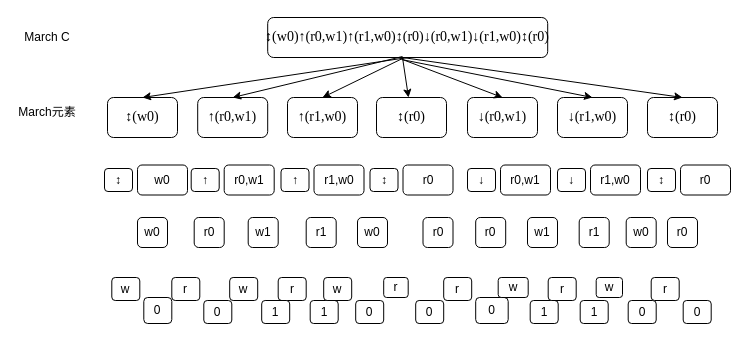
Before: doc/March C表达式.drawio in shanshan-lu/homwork, a draw.io diagram. Source tidied: cells renumbered, new cells numbered last; positions are measured from the earlier drawing's top-left corner, leaving out a move shared by most shapes. Both pictures are drawn from the tidied source at 100%, with x=0, y=0 at pixel (17, 17).
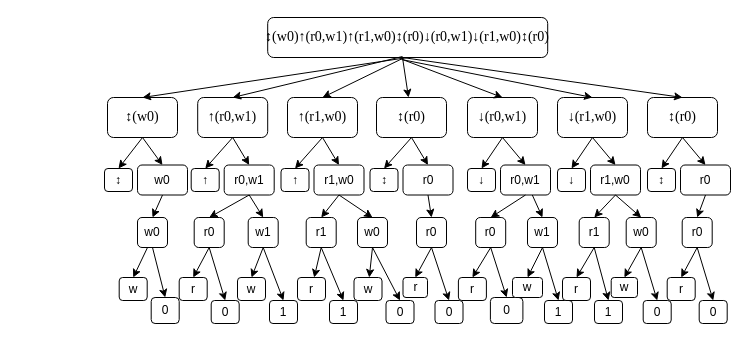
The same page after the edit.

Commit message (it also covers changes not shown here):
更新March C表达式.drawio

The change refers to these unchanged cells:
```xml
<mxCell id="3" value="&lt;p class=&quot;MsoNormal&quot;&gt;&lt;span style=&quot;mso-spacerun:'yes';font-family:'Times New Roman';font-size:10.5000pt;&lt;br/&gt;mso-font-kerning:1.0000pt;&quot;&gt;↕(w0)&lt;/span&gt;&lt;/p&gt;" style="rounded=1;whiteSpace=wrap;html=1;" parent="1" vertex="1">
<mxCell id="4" value="&lt;p class=&quot;MsoNormal&quot;&gt;&lt;span style=&quot;mso-spacerun:'yes';font-family:'Times New Roman';font-size:10.5000pt;&#10;mso-font-kerning:1.0000pt;&quot;&gt;&lt;font face=&quot;Times New Roman&quot;&gt;↑(r0,w1)&lt;/font&gt;&lt;/span&gt;&lt;/p&gt;" style="rounded=1;whiteSpace=wrap;html=1;" parent="1" vertex="1">
<mxCell id="5" value="&lt;p class=&quot;MsoNormal&quot;&gt;&lt;span style=&quot;mso-spacerun:'yes';font-family:'Times New Roman';font-size:10.5000pt;&lt;br/&gt;mso-font-kerning:1.0000pt;&quot;&gt;↑(r1,w0)&lt;/span&gt;&lt;/p&gt;" style="rounded=1;whiteSpace=wrap;html=1;" parent="1" vertex="1">
<mxCell id="6" value="&lt;p class=&quot;MsoNormal&quot;&gt;&lt;span style=&quot;mso-spacerun:'yes';font-family:'Times New Roman';font-size:10.5000pt;&lt;br/&gt;mso-font-kerning:1.0000pt;&quot;&gt;↕(r0)&lt;/span&gt;&lt;/p&gt;" style="rounded=1;whiteSpace=wrap;html=1;" parent="1" vertex="1">
<mxCell id="7" value="&lt;p class=&quot;MsoNormal&quot;&gt;&lt;span style=&quot;mso-spacerun:'yes';font-family:'Times New Roman';font-size:10.5000pt;&lt;br/&gt;mso-font-kerning:1.0000pt;&quot;&gt;↓(r0,w1)&lt;/span&gt;&lt;/p&gt;" style="rounded=1;whiteSpace=wrap;html=1;" parent="1" vertex="1">
<mxCell id="8" value="&lt;p class=&quot;MsoNormal&quot;&gt;&lt;span style=&quot;mso-spacerun:'yes';font-family:'Times New Roman';font-size:10.5000pt;&lt;br/&gt;mso-font-kerning:1.0000pt;&quot;&gt;↓(r1,w0)&lt;/span&gt;&lt;/p&gt;" style="rounded=1;whiteSpace=wrap;html=1;" parent="1" vertex="1">
<mxCell id="9" value="&lt;p class=&quot;MsoNormal&quot;&gt;&lt;span style=&quot;mso-spacerun:'yes';font-family:'Times New Roman';font-size:10.5000pt;&lt;br/&gt;mso-font-kerning:1.0000pt;&quot;&gt;↕(r0)&lt;/span&gt;&lt;/p&gt;" style="rounded=1;whiteSpace=wrap;html=1;" parent="1" vertex="1">
<mxCell id="19" value="↕" style="rounded=1;whiteSpace=wrap;html=1;" parent="1" vertex="1">
<mxCell id="20" value="w0" style="rounded=1;whiteSpace=wrap;html=1;" parent="1" vertex="1">
<mxCell id="21" value="↑" style="rounded=1;whiteSpace=wrap;html=1;" parent="1" vertex="1">
<mxCell id="22" value="r0,w1" style="rounded=1;whiteSpace=wrap;html=1;" parent="1" vertex="1">
<mxCell id="23" value="↑" style="rounded=1;whiteSpace=wrap;html=1;" parent="1" vertex="1">
<mxCell id="24" value="r1,w0" style="rounded=1;whiteSpace=wrap;html=1;" parent="1" vertex="1">
<mxCell id="25" value="↕" style="rounded=1;whiteSpace=wrap;html=1;" parent="1" vertex="1">
<mxCell id="26" value="r0" style="rounded=1;whiteSpace=wrap;html=1;" parent="1" vertex="1">
<mxCell id="27" value="↓" style="rounded=1;whiteSpace=wrap;html=1;" parent="1" vertex="1">
<mxCell id="28" value="r0,w1" style="rounded=1;whiteSpace=wrap;html=1;" parent="1" vertex="1">
<mxCell id="29" value="↓" style="rounded=1;whiteSpace=wrap;html=1;" parent="1" vertex="1">
<mxCell id="30" value="r1,w0" style="rounded=1;whiteSpace=wrap;html=1;" parent="1" vertex="1">
<mxCell id="31" value="↕" style="rounded=1;whiteSpace=wrap;html=1;" parent="1" vertex="1">
<mxCell id="32" value="r0" style="rounded=1;whiteSpace=wrap;html=1;" parent="1" vertex="1">
<mxCell id="55" value="w0" style="rounded=1;whiteSpace=wrap;html=1;" parent="1" vertex="1">
<mxCell id="56" value="r0" style="rounded=1;whiteSpace=wrap;html=1;" parent="1" vertex="1">
<mxCell id="57" value="w1" style="rounded=1;whiteSpace=wrap;html=1;" parent="1" vertex="1">
<mxCell id="58" value="r1" style="rounded=1;whiteSpace=wrap;html=1;" parent="1" vertex="1">
<mxCell id="59" value="w0" style="rounded=1;whiteSpace=wrap;html=1;" parent="1" vertex="1">
<mxCell id="61" value="r0" style="rounded=1;whiteSpace=wrap;html=1;" parent="1" vertex="1">
<mxCell id="62" value="w1" style="rounded=1;whiteSpace=wrap;html=1;" parent="1" vertex="1">
<mxCell id="63" value="r1" style="rounded=1;whiteSpace=wrap;html=1;" parent="1" vertex="1">
<mxCell id="64" value="w0" style="rounded=1;whiteSpace=wrap;html=1;" parent="1" vertex="1">
```

What changed in the source:
```diff
@@
-    <mxCell id="10" value="March C" style="text;html=1;strokeColor=none;fillColor=none;align=center;verticalAlign=middle;whiteSpace=wrap;rounded=0;" parent="1" vertex="1">
-      <mxGeometry y="5" width="60" height="30" as="geometry" />
-    </mxCell>
-    <mxCell id="11" value="March元素" style="text;html=1;strokeColor=none;fillColor=none;align=center;verticalAlign=middle;whiteSpace=wrap;rounded=0;" parent="1" vertex="1">
-      <mxGeometry y="80" width="60" height="30" as="geometry" />
-    </mxCell>
@@
     <mxCell id="33" value="w" style="rounded=1;whiteSpace=wrap;html=1;" parent="1" vertex="1">
-      <mxGeometry x="94.3" y="260" width="28" height="23" as="geometry" />
+      <mxGeometry x="101.7" y="260" width="28" height="23" as="geometry" />
     </mxCell>
     <mxCell id="34" value="0" style="rounded=1;whiteSpace=wrap;html=1;" parent="1" vertex="1">
-      <mxGeometry x="126.3" y="280" width="28" height="26" as="geometry" />
+      <mxGeometry x="133.7" y="280" width="28" height="26" as="geometry" />
     </mxCell>
     <mxCell id="35" value="r" style="rounded=1;whiteSpace=wrap;html=1;" parent="1" vertex="1">
-      <mxGeometry x="154.3" y="260" width="28" height="23" as="geometry" />
+      <mxGeometry x="161.7" y="260" width="28" height="23" as="geometry" />
     </mxCell>
     <mxCell id="36" value="0" style="rounded=1;whiteSpace=wrap;html=1;" parent="1" vertex="1">
-      <mxGeometry x="186.3" y="283" width="28" height="23" as="geometry" />
+      <mxGeometry x="193.7" y="283" width="28" height="23" as="geometry" />
     </mxCell>
     <mxCell id="37" value="r" style="rounded=1;whiteSpace=wrap;html=1;" parent="1" vertex="1">
-      <mxGeometry x="260.7" y="260" width="28" height="23" as="geometry" />
+      <mxGeometry x="280" y="260" width="28" height="23" as="geometry" />
     </mxCell>
     <mxCell id="38" value="1" style="rounded=1;whiteSpace=wrap;html=1;" parent="1" vertex="1">
-      <mxGeometry x="292.7" y="283" width="28" height="23" as="geometry" />
+      <mxGeometry x="312" y="283" width="28" height="23" as="geometry" />
     </mxCell>
     <mxCell id="39" value="r" style="rounded=1;whiteSpace=wrap;html=1;" parent="1" vertex="1">
-      <mxGeometry x="366.2" y="260" width="24.5" height="20" as="geometry" />
+      <mxGeometry x="385.5" y="260" width="24.5" height="20" as="geometry" />
     </mxCell>
     <mxCell id="40" value="0" style="rounded=1;whiteSpace=wrap;html=1;" parent="1" vertex="1">
-      <mxGeometry x="398.2" y="283" width="28" height="23" as="geometry" />
+      <mxGeometry x="417.5" y="283" width="28" height="23" as="geometry" />
     </mxCell>
     <mxCell id="41" value="r" style="rounded=1;whiteSpace=wrap;html=1;" parent="1" vertex="1">
-      <mxGeometry x="426.2" y="260" width="28" height="23" as="geometry" />
+      <mxGeometry x="440.9" y="260" width="28" height="23" as="geometry" />
     </mxCell>
     <mxCell id="42" value="0" style="rounded=1;whiteSpace=wrap;html=1;" parent="1" vertex="1">
-      <mxGeometry x="458.2" y="280" width="32.5" height="26" as="geometry" />
+      <mxGeometry x="472.9" y="280" width="32.5" height="26" as="geometry" />
     </mxCell>
     <mxCell id="43" value="w" style="rounded=1;whiteSpace=wrap;html=1;" parent="1" vertex="1">
-      <mxGeometry x="480.7" y="260" width="30" height="20" as="geometry" />
+      <mxGeometry x="495" y="260" width="30" height="20" as="geometry" />
     </mxCell>
     <mxCell id="44" value="1" style="rounded=1;whiteSpace=wrap;html=1;" parent="1" vertex="1">
-      <mxGeometry x="512.7" y="283" width="28" height="23" as="geometry" />
+      <mxGeometry x="527" y="283" width="28" height="23" as="geometry" />
     </mxCell>
     <mxCell id="45" value="w" style="rounded=1;whiteSpace=wrap;html=1;" parent="1" vertex="1">
-      <mxGeometry x="212.2" y="260" width="28" height="23" as="geometry" />
+      <mxGeometry x="220" y="260" width="28" height="23" as="geometry" />
     </mxCell>
     <mxCell id="46" value="1" style="rounded=1;whiteSpace=wrap;html=1;" parent="1" vertex="1">
-      <mxGeometry x="244.2" y="283" width="28" height="23" as="geometry" />
+      <mxGeometry x="252" y="283" width="28" height="23" as="geometry" />
     </mxCell>
     <mxCell id="47" value="w" style="rounded=1;whiteSpace=wrap;html=1;" parent="1" vertex="1">
-      <mxGeometry x="306.2" y="260" width="28" height="23" as="geometry" />
+      <mxGeometry x="336.5" y="260" width="28" height="23" as="geometry" />
     </mxCell>
     <mxCell id="48" value="0" style="rounded=1;whiteSpace=wrap;html=1;" parent="1" vertex="1">
-      <mxGeometry x="338.2" y="283" width="28" height="23" as="geometry" />
+      <mxGeometry x="368.5" y="283" width="28" height="23" as="geometry" />
     </mxCell>
     <mxCell id="49" value="r" style="rounded=1;whiteSpace=wrap;html=1;" parent="1" vertex="1">
-      <mxGeometry x="530.7" y="260" width="28" height="23" as="geometry" />
+      <mxGeometry x="545" y="260" width="28" height="23" as="geometry" />
     </mxCell>
     <mxCell id="50" value="1" style="rounded=1;whiteSpace=wrap;html=1;" parent="1" vertex="1">
-      <mxGeometry x="562.7" y="283" width="28" height="23" as="geometry" />
+      <mxGeometry x="577" y="283" width="28" height="23" as="geometry" />
     </mxCell>
     <mxCell id="51" value="w" style="rounded=1;whiteSpace=wrap;html=1;" parent="1" vertex="1">
-      <mxGeometry x="578.7" y="260" width="26.3" height="20" as="geometry" />
+      <mxGeometry x="593.7" y="260" width="26.3" height="20" as="geometry" />
     </mxCell>
     <mxCell id="52" value="0" style="rounded=1;whiteSpace=wrap;html=1;" parent="1" vertex="1">
-      <mxGeometry x="610.7" y="283" width="28" height="23" as="geometry" />
+      <mxGeometry x="625.7" y="283" width="28" height="23" as="geometry" />
     </mxCell>
     <mxCell id="53" value="r" style="rounded=1;whiteSpace=wrap;html=1;" parent="1" vertex="1">
-      <mxGeometry x="633.7" y="260" width="28" height="23" as="geometry" />
+      <mxGeometry x="649.7" y="260" width="28" height="23" as="geometry" />
     </mxCell>
     <mxCell id="54" value="0" style="rounded=1;whiteSpace=wrap;html=1;" parent="1" vertex="1">
-      <mxGeometry x="665.7" y="283" width="28" height="23" as="geometry" />
+      <mxGeometry x="681.7" y="283" width="28" height="23" as="geometry" />
     </mxCell>
@@
     <mxCell id="60" value="r0" style="rounded=1;whiteSpace=wrap;html=1;" parent="1" vertex="1">
-      <mxGeometry x="405.5" y="200" width="30" height="30" as="geometry" />
+      <mxGeometry x="399" y="200" width="30" height="30" as="geometry" />
     </mxCell>
@@
     <mxCell id="65" value="r0" style="rounded=1;whiteSpace=wrap;html=1;" parent="1" vertex="1">
-      <mxGeometry x="650" y="200" width="30" height="30" as="geometry" />
+      <mxGeometry x="664.7" y="200" width="30" height="30" as="geometry" />
     </mxCell>
+    <mxCell id="66" style="endArrow=classic;html=1;rounded=0;exitX=0.5;exitY=1;exitDx=0;exitDy=0;entryX=0.5;entryY=0;entryDx=0;entryDy=0;" parent="1" edge="1" source="20" target="55">
+      <mxGeometry relative="1" as="geometry" />
+    </mxCell>
+    <mxCell id="67" style="endArrow=classic;html=1;rounded=0;exitX=0.5;exitY=1;exitDx=0;exitDy=0;entryX=0.5;entryY=0;entryDx=0;entryDy=0;" parent="1" edge="1" source="22" target="56">
+      <mxGeometry relative="1" as="geometry" />
+    </mxCell>
+    <mxCell id="68" style="endArrow=classic;html=1;rounded=0;exitX=0.5;exitY=1;exitDx=0;exitDy=0;entryX=0.5;entryY=0;entryDx=0;entryDy=0;" parent="1" edge="1" source="22" target="57">
+      <mxGeometry relative="1" as="geometry" />
+    </mxCell>
+    <mxCell id="69" style="endArrow=classic;html=1;rounded=0;exitX=0.5;exitY=1;exitDx=0;exitDy=0;entryX=0.5;entryY=0;entryDx=0;entryDy=0;" parent="1" edge="1" source="24" target="58">
+      <mxGeometry relative="1" as="geometry" />
+    </mxCell>
+    <mxCell id="70" style="endArrow=classic;html=1;rounded=0;exitX=0.5;exitY=1;exitDx=0;exitDy=0;entryX=0.5;entryY=0;entryDx=0;entryDy=0;" parent="1" edge="1" source="24" target="59">
+      <mxGeometry relative="1" as="geometry" />
+    </mxCell>
+    <mxCell id="71" style="endArrow=classic;html=1;rounded=0;exitX=0.5;exitY=1;exitDx=0;exitDy=0;entryX=0.5;entryY=0;entryDx=0;entryDy=0;" parent="1" edge="1" source="26" target="60">
+      <mxGeometry relative="1" as="geometry" />
+    </mxCell>
+    <mxCell id="72" style="endArrow=classic;html=1;rounded=0;exitX=0.5;exitY=1;exitDx=0;exitDy=0;entryX=0.5;entryY=0;entryDx=0;entryDy=0;" parent="1" edge="1" source="28" target="61">
+      <mxGeometry relative="1" as="geometry" />
+    </mxCell>
+    <mxCell id="73" style="endArrow=classic;html=1;rounded=0;entryX=0.5;entryY=0;entryDx=0;entryDy=0;" parent="1" edge="1" source="28" target="62">
+      <mxGeometry relative="1" as="geometry" />
+    </mxCell>
+    <mxCell id="74" style="endArrow=classic;html=1;rounded=0;exitX=0.5;exitY=1;exitDx=0;exitDy=0;entryX=0.5;entryY=0;entryDx=0;entryDy=0;" parent="1" edge="1" source="30" target="63">
+      <mxGeometry relative="1" as="geometry" />
+    </mxCell>
+    <mxCell id="75" style="endArrow=classic;html=1;rounded=0;exitX=0.5;exitY=1;exitDx=0;exitDy=0;entryX=0.5;entryY=0;entryDx=0;entryDy=0;" parent="1" edge="1" source="30" target="64">
+      <mxGeometry relative="1" as="geometry" />
+    </mxCell>
+    <mxCell id="76" style="endArrow=classic;html=1;rounded=0;exitX=0.5;exitY=1;exitDx=0;exitDy=0;entryX=0.5;entryY=0;entryDx=0;entryDy=0;" parent="1" edge="1" source="32" target="65">
+      <mxGeometry relative="1" as="geometry" />
+    </mxCell>
+    <mxCell id="77" style="endArrow=classic;html=1;rounded=0;exitX=0.5;exitY=1;exitDx=0;exitDy=0;entryX=0.5;entryY=0;entryDx=0;entryDy=0;" parent="1" edge="1" source="3" target="19">
+      <mxGeometry relative="1" as="geometry" />
+    </mxCell>
+    <mxCell id="78" style="endArrow=classic;html=1;rounded=0;exitX=0.5;exitY=1;exitDx=0;exitDy=0;entryX=0.5;entryY=0;entryDx=0;entryDy=0;" parent="1" edge="1" source="3" target="20">
+      <mxGeometry relative="1" as="geometry" />
+    </mxCell>
+    <mxCell id="79" style="endArrow=classic;html=1;rounded=0;exitX=0.5;exitY=1;exitDx=0;exitDy=0;entryX=0.5;entryY=0;entryDx=0;entryDy=0;" parent="1" edge="1" source="4" target="21">
+      <mxGeometry relative="1" as="geometry" />
+    </mxCell>
+    <mxCell id="80" style="endArrow=classic;html=1;rounded=0;exitX=0.5;exitY=1;exitDx=0;exitDy=0;entryX=0.5;entryY=0;entryDx=0;entryDy=0;" parent="1" edge="1" source="5" target="23">
+      <mxGeometry relative="1" as="geometry" />
+    </mxCell>
+    <mxCell id="81" style="endArrow=classic;html=1;rounded=0;exitX=0.5;exitY=1;exitDx=0;exitDy=0;entryX=0.5;entryY=0;entryDx=0;entryDy=0;" parent="1" edge="1" source="4" target="22">
+      <mxGeometry relative="1" as="geometry" />
+    </mxCell>
+    <mxCell id="82" style="endArrow=classic;html=1;rounded=0;exitX=0.5;exitY=1;exitDx=0;exitDy=0;entryX=0.5;entryY=0;entryDx=0;entryDy=0;" parent="1" edge="1" source="5" target="24">
+      <mxGeometry relative="1" as="geometry" />
+    </mxCell>
+    <mxCell id="83" style="endArrow=classic;html=1;rounded=0;exitX=0.5;exitY=1;exitDx=0;exitDy=0;entryX=0.5;entryY=0;entryDx=0;entryDy=0;" parent="1" edge="1" source="6" target="25">
+      <mxGeometry relative="1" as="geometry" />
+    </mxCell>
+    <mxCell id="84" style="endArrow=classic;html=1;rounded=0;exitX=0.5;exitY=1;exitDx=0;exitDy=0;entryX=0.5;entryY=0;entryDx=0;entryDy=0;" parent="1" edge="1" source="6" target="26">
+      <mxGeometry relative="1" as="geometry" />
+    </mxCell>
+    <mxCell id="85" style="endArrow=classic;html=1;rounded=0;exitX=0.5;exitY=1;exitDx=0;exitDy=0;entryX=0.5;entryY=0;entryDx=0;entryDy=0;" parent="1" edge="1" source="7" target="27">
+      <mxGeometry relative="1" as="geometry" />
+    </mxCell>
+    <mxCell id="86" style="endArrow=classic;html=1;rounded=0;exitX=0.5;exitY=1;exitDx=0;exitDy=0;entryX=0.5;entryY=0;entryDx=0;entryDy=0;" parent="1" edge="1" source="7" target="28">
+      <mxGeometry relative="1" as="geometry" />
+    </mxCell>
+    <mxCell id="87" style="endArrow=classic;html=1;rounded=0;exitX=0.5;exitY=1;exitDx=0;exitDy=0;entryX=0.5;entryY=0;entryDx=0;entryDy=0;" parent="1" edge="1" source="8" target="29">
+      <mxGeometry relative="1" as="geometry" />
+    </mxCell>
+    <mxCell id="88" style="endArrow=classic;html=1;rounded=0;exitX=0.5;exitY=1;exitDx=0;exitDy=0;entryX=0.5;entryY=0;entryDx=0;entryDy=0;" parent="1" edge="1" source="8" target="30">
+      <mxGeometry relative="1" as="geometry" />
+    </mxCell>
+    <mxCell id="89" style="endArrow=classic;html=1;rounded=0;exitX=0.5;exitY=1;exitDx=0;exitDy=0;entryX=0.5;entryY=0;entryDx=0;entryDy=0;" parent="1" edge="1" source="9" target="31">
+      <mxGeometry relative="1" as="geometry" />
+    </mxCell>
+    <mxCell id="90" style="endArrow=classic;html=1;rounded=0;exitX=0.5;exitY=1;exitDx=0;exitDy=0;entryX=0.5;entryY=0;entryDx=0;entryDy=0;" parent="1" edge="1" source="9" target="32">
+      <mxGeometry relative="1" as="geometry" />
+    </mxCell>
+    <mxCell id="91" style="endArrow=classic;html=1;rounded=0;entryX=0.5;entryY=0;entryDx=0;entryDy=0;" parent="1" edge="1" target="33">
+      <mxGeometry relative="1" as="geometry">
+        <mxPoint x="130" y="230" as="sourcePoint" />
+      </mxGeometry>
+    </mxCell>
+    <mxCell id="92" style="endArrow=classic;html=1;rounded=0;exitX=0.5;exitY=1;exitDx=0;exitDy=0;entryX=0.5;entryY=0;entryDx=0;entryDy=0;" parent="1" edge="1" source="55" target="34">
+      <mxGeometry relative="1" as="geometry" />
+    </mxCell>
+    <mxCell id="93" style="endArrow=classic;html=1;rounded=0;exitX=0.5;exitY=1;exitDx=0;exitDy=0;entryX=0.5;entryY=0;entryDx=0;entryDy=0;" parent="1" edge="1" source="56" target="35">
+      <mxGeometry relative="1" as="geometry" />
+    </mxCell>
+    <mxCell id="94" style="endArrow=classic;html=1;rounded=0;exitX=0.5;exitY=1;exitDx=0;exitDy=0;entryX=0.5;entryY=0;entryDx=0;entryDy=0;" parent="1" edge="1" source="56" target="36">
+      <mxGeometry relative="1" as="geometry" />
+    </mxCell>
+    <mxCell id="95" style="endArrow=classic;html=1;rounded=0;exitX=0.5;exitY=1;exitDx=0;exitDy=0;entryX=0.5;entryY=0;entryDx=0;entryDy=0;" parent="1" edge="1" source="57" target="45">
+      <mxGeometry relative="1" as="geometry" />
+    </mxCell>
+    <mxCell id="96" style="endArrow=classic;html=1;rounded=0;exitX=0.5;exitY=1;exitDx=0;exitDy=0;entryX=0.5;entryY=0;entryDx=0;entryDy=0;" parent="1" edge="1" source="57" target="46">
+      <mxGeometry relative="1" as="geometry" />
+    </mxCell>
+    <mxCell id="97" style="endArrow=classic;html=1;rounded=0;exitX=0.5;exitY=1;exitDx=0;exitDy=0;" parent="1" edge="1" source="58" target="37">
+      <mxGeometry relative="1" as="geometry" />
+    </mxCell>
+    <mxCell id="98" style="endArrow=classic;html=1;rounded=0;exitX=0.5;exitY=1;exitDx=0;exitDy=0;entryX=0.5;entryY=0;entryDx=0;entryDy=0;" parent="1" edge="1" source="58" target="38">
+      <mxGeometry relative="1" as="geometry" />
+    </mxCell>
+    <mxCell id="99" style="endArrow=classic;html=1;rounded=0;exitX=0.5;exitY=1;exitDx=0;exitDy=0;" parent="1" edge="1" source="59" target="47">
+      <mxGeometry relative="1" as="geometry" />
+    </mxCell>
+    <mxCell id="100" style="endArrow=classic;html=1;rounded=0;exitX=0.5;exitY=1;exitDx=0;exitDy=0;entryX=0.5;entryY=0;entryDx=0;entryDy=0;" parent="1" edge="1" source="59" target="48">
+      <mxGeometry relative="1" as="geometry" />
+    </mxCell>
+    <mxCell id="101" style="endArrow=classic;html=1;rounded=0;exitX=0.5;exitY=1;exitDx=0;exitDy=0;entryX=0.5;entryY=0;entryDx=0;entryDy=0;" parent="1" edge="1" source="60" target="39">
+      <mxGeometry relative="1" as="geometry" />
+    </mxCell>
+    <mxCell id="102" style="endArrow=classic;html=1;rounded=0;exitX=0.5;exitY=1;exitDx=0;exitDy=0;entryX=0.5;entryY=0;entryDx=0;entryDy=0;" parent="1" edge="1" source="60" target="40">
+      <mxGeometry relative="1" as="geometry" />
+    </mxCell>
+    <mxCell id="103" style="endArrow=classic;html=1;rounded=0;exitX=0.5;exitY=1;exitDx=0;exitDy=0;entryX=0.5;entryY=0;entryDx=0;entryDy=0;" parent="1" edge="1" source="61" target="41">
+      <mxGeometry relative="1" as="geometry" />
+    </mxCell>
+    <mxCell id="104" style="endArrow=classic;html=1;rounded=0;exitX=0.5;exitY=1;exitDx=0;exitDy=0;entryX=0.5;entryY=0;entryDx=0;entryDy=0;" parent="1" edge="1" source="61" target="42">
+      <mxGeometry relative="1" as="geometry" />
+    </mxCell>
+    <mxCell id="105" style="endArrow=classic;html=1;rounded=0;exitX=0.5;exitY=1;exitDx=0;exitDy=0;entryX=0.5;entryY=0;entryDx=0;entryDy=0;" parent="1" edge="1" source="62" target="43">
+      <mxGeometry relative="1" as="geometry" />
+    </mxCell>
+    <mxCell id="106" style="endArrow=classic;html=1;rounded=0;exitX=0.5;exitY=1;exitDx=0;exitDy=0;entryX=0.5;entryY=0;entryDx=0;entryDy=0;" parent="1" edge="1" source="62" target="44">
+      <mxGeometry relative="1" as="geometry" />
+    </mxCell>
+    <mxCell id="107" style="endArrow=classic;html=1;rounded=0;exitX=0.5;exitY=1;exitDx=0;exitDy=0;entryX=0.5;entryY=0;entryDx=0;entryDy=0;" parent="1" edge="1" source="63" target="49">
+      <mxGeometry relative="1" as="geometry" />
+    </mxCell>
+    <mxCell id="108" style="endArrow=classic;html=1;rounded=0;exitX=0.5;exitY=1;exitDx=0;exitDy=0;entryX=0.5;entryY=0;entryDx=0;entryDy=0;" parent="1" edge="1" source="63" target="50">
+      <mxGeometry relative="1" as="geometry" />
+    </mxCell>
+    <mxCell id="109" style="endArrow=classic;html=1;rounded=0;exitX=0.5;exitY=1;exitDx=0;exitDy=0;entryX=0.5;entryY=0;entryDx=0;entryDy=0;" parent="1" edge="1" source="64" target="51">
+      <mxGeometry relative="1" as="geometry" />
+    </mxCell>
+    <mxCell id="110" style="endArrow=classic;html=1;rounded=0;exitX=0.5;exitY=1;exitDx=0;exitDy=0;entryX=0.5;entryY=0;entryDx=0;entryDy=0;" parent="1" edge="1" source="64" target="52">
+      <mxGeometry relative="1" as="geometry" />
+    </mxCell>
+    <mxCell id="111" style="endArrow=classic;html=1;rounded=0;exitX=0.5;exitY=1;exitDx=0;exitDy=0;entryX=0.5;entryY=0;entryDx=0;entryDy=0;" parent="1" edge="1" source="65" target="53">
+      <mxGeometry relative="1" as="geometry" />
+    </mxCell>
+    <mxCell id="112" style="endArrow=classic;html=1;rounded=0;exitX=0.5;exitY=1;exitDx=0;exitDy=0;entryX=0.5;entryY=0;entryDx=0;entryDy=0;" parent="1" edge="1" source="65" target="54">
+      <mxGeometry relative="1" as="geometry" />
+    </mxCell>
```
